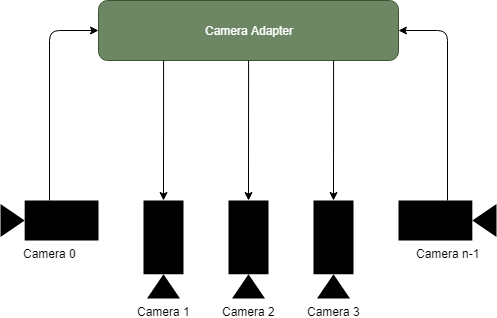
Earlier version of the draw.io export res/camera-adapter.png (rondor1/msc). Source tidied: cells renumbered, new cells last; positions are measured from the earlier drawing's top-left corner, leaving out a move shared by most shapes. Source of this version:
```xml
<mxGraphModel>
  <root>
    <mxCell id="0" />
    <mxCell id="1" parent="0" />
    <mxCell id="2" value="Camera Adapter" style="rounded=1;whiteSpace=wrap;html=1;fillColor=#6d8764;strokeColor=#3A5431;fontColor=#ffffff;" parent="1" vertex="1">
      <mxGeometry x="98" width="300" height="60" as="geometry" />
    </mxCell>
    <mxCell id="3" value="Camera 0&lt;br&gt;" style="shape=mxgraph.signs.tech.video_camera;html=1;fillColor=#000000;strokeColor=none;verticalLabelPosition=bottom;verticalAlign=top;align=center;direction=west;" parent="1" vertex="1">
      <mxGeometry y="200" width="98" height="40" as="geometry" />
    </mxCell>
    <mxCell id="4" value="Camera n-1" style="shape=mxgraph.signs.tech.video_camera;html=1;fillColor=#000000;strokeColor=none;verticalLabelPosition=bottom;verticalAlign=top;align=center;direction=east;" parent="1" vertex="1">
      <mxGeometry x="398" y="200" width="98" height="40" as="geometry" />
    </mxCell>
    <mxCell id="5" style="endArrow=classic;html=1;entryX=1;entryY=0.5;entryDx=0;entryDy=0;exitX=0.5;exitY=0;exitDx=0;exitDy=0;exitPerimeter=0;" parent="1" edge="1" source="4" target="2">
      <mxGeometry relative="1" as="geometry">
        <Array as="points">
          <mxPoint x="447" y="30" />
        </Array>
      </mxGeometry>
    </mxCell>
    <mxCell id="6" style="endArrow=classic;html=1;entryX=0;entryY=0.5;entryDx=0;entryDy=0;exitX=0.5;exitY=1;exitDx=0;exitDy=0;exitPerimeter=0;" parent="1" edge="1" source="3" target="2">
      <mxGeometry relative="1" as="geometry">
        <Array as="points">
          <mxPoint x="49" y="30" />
        </Array>
      </mxGeometry>
    </mxCell>
    <mxCell id="7" value="Camera 1&lt;br&gt;" style="shape=mxgraph.signs.tech.video_camera;html=1;fillColor=#000000;strokeColor=none;verticalLabelPosition=bottom;verticalAlign=top;align=center;direction=south;" parent="1" vertex="1">
      <mxGeometry x="143" y="200" width="40" height="98" as="geometry" />
    </mxCell>
    <mxCell id="8" style="endArrow=classic;html=1;entryX=0;entryY=0.5;entryDx=0;entryDy=0;entryPerimeter=0;exitX=0.197;exitY=1;exitDx=0;exitDy=0;exitPerimeter=0;" parent="1" edge="1" target="7">
      <mxGeometry relative="1" as="geometry">
        <mxPoint x="163.1" y="60" as="sourcePoint" />
      </mxGeometry>
    </mxCell>
    <mxCell id="9" value="Camera 2" style="shape=mxgraph.signs.tech.video_camera;html=1;fillColor=#000000;strokeColor=none;verticalLabelPosition=bottom;verticalAlign=top;align=center;direction=south;" parent="1" vertex="1">
      <mxGeometry x="228" y="200" width="40" height="98" as="geometry" />
    </mxCell>
    <mxCell id="10" style="endArrow=classic;html=1;entryX=0;entryY=0.5;entryDx=0;entryDy=0;entryPerimeter=0;exitX=0.197;exitY=1;exitDx=0;exitDy=0;exitPerimeter=0;" parent="1" edge="1" target="9">
      <mxGeometry relative="1" as="geometry">
        <mxPoint x="248.1" y="60" as="sourcePoint" />
      </mxGeometry>
    </mxCell>
    <mxCell id="11" value="Camera 3" style="shape=mxgraph.signs.tech.video_camera;html=1;fillColor=#000000;strokeColor=none;verticalLabelPosition=bottom;verticalAlign=top;align=center;direction=south;" parent="1" vertex="1">
      <mxGeometry x="313" y="200" width="40" height="98" as="geometry" />
    </mxCell>
    <mxCell id="12" style="endArrow=classic;html=1;entryX=0;entryY=0.5;entryDx=0;entryDy=0;entryPerimeter=0;exitX=0.197;exitY=1;exitDx=0;exitDy=0;exitPerimeter=0;" parent="1" edge="1" target="11">
      <mxGeometry relative="1" as="geometry">
        <mxPoint x="333.1" y="60" as="sourcePoint" />
      </mxGeometry>
    </mxCell>
  </root>
</mxGraphModel>
```
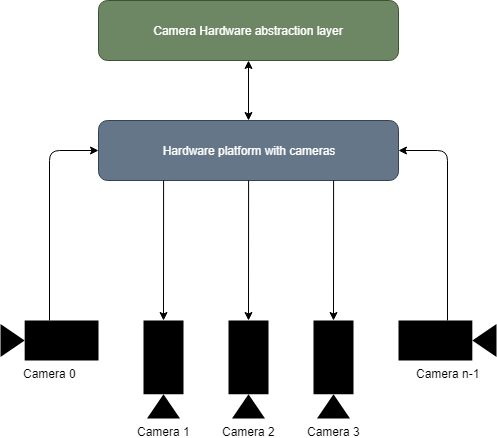
The same file after the commit.

What changed in the source:
```diff
@@ -2,7 +2,7 @@
   <root>
     <mxCell id="0" />
     <mxCell id="1" parent="0" />
-    <mxCell id="2" value="Camera Adapter" style="rounded=1;whiteSpace=wrap;html=1;fillColor=#6d8764;strokeColor=#3A5431;fontColor=#ffffff;" parent="1" vertex="1">
+    <mxCell id="2" value="Hardware platform with cameras" style="rounded=1;whiteSpace=wrap;html=1;fillColor=#647687;strokeColor=#314354;fontColor=#ffffff;" parent="1" vertex="1">
       <mxGeometry x="98" width="300" height="60" as="geometry" />
     </mxCell>
     <mxCell id="3" value="Camera 0&lt;br&gt;" style="shape=mxgraph.signs.tech.video_camera;html=1;fillColor=#000000;strokeColor=none;verticalLabelPosition=bottom;verticalAlign=top;align=center;direction=west;" parent="1" vertex="1">
@@ -49,5 +49,11 @@
         <mxPoint x="333.1" y="60" as="sourcePoint" />
       </mxGeometry>
     </mxCell>
+    <mxCell id="13" value="Camera Hardware abstraction layer" style="rounded=1;whiteSpace=wrap;html=1;fillColor=#6d8764;strokeColor=#3A5431;fontColor=#ffffff;" parent="1" vertex="1">
+      <mxGeometry x="98" y="-120" width="300" height="60" as="geometry" />
+    </mxCell>
+    <mxCell id="14" style="endArrow=classic;startArrow=classic;html=1;entryX=0.5;entryY=1;entryDx=0;entryDy=0;exitX=0.5;exitY=0;exitDx=0;exitDy=0;" parent="1" edge="1" source="2" target="13">
+      <mxGeometry relative="1" as="geometry" />
+    </mxCell>
   </root>
 </mxGraphModel>
```
